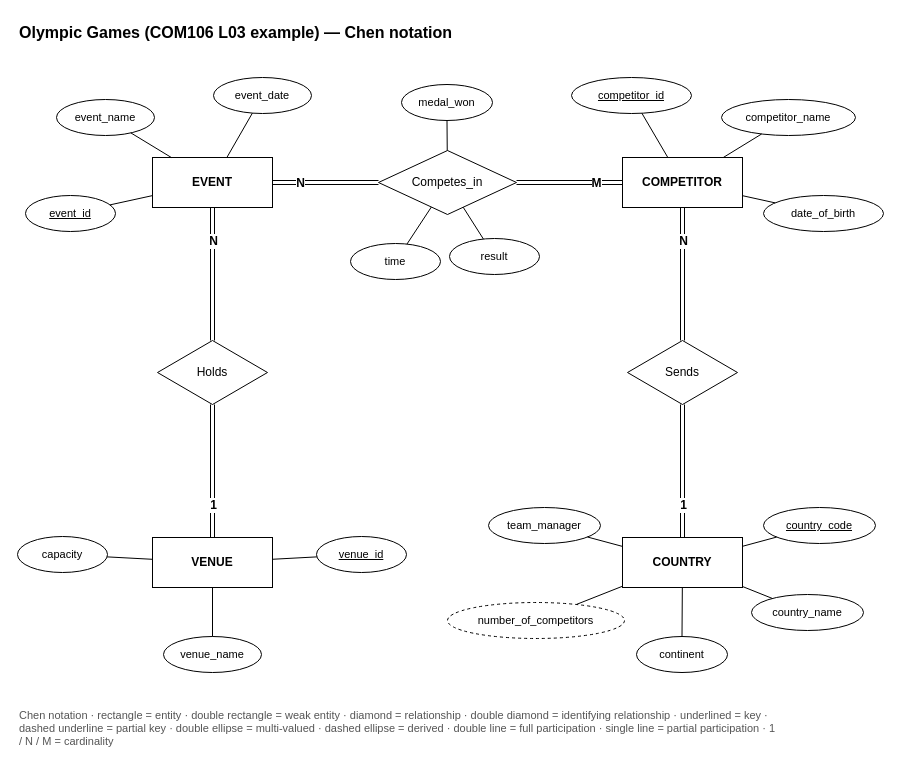
This is skills/drawio-skill/examples/erd-chen/olympics-chen.drawio from pearsekeenan23/drawio-skill, a draw.io file, before an edit. Source tidied: cells renumbered, new cells numbered last; positions are measured from the earlier drawing's top-left corner, leaving out a move shared by most shapes. Both pictures are drawn from the tidied source at 100%, with x=0, y=0 at pixel (17, 17).
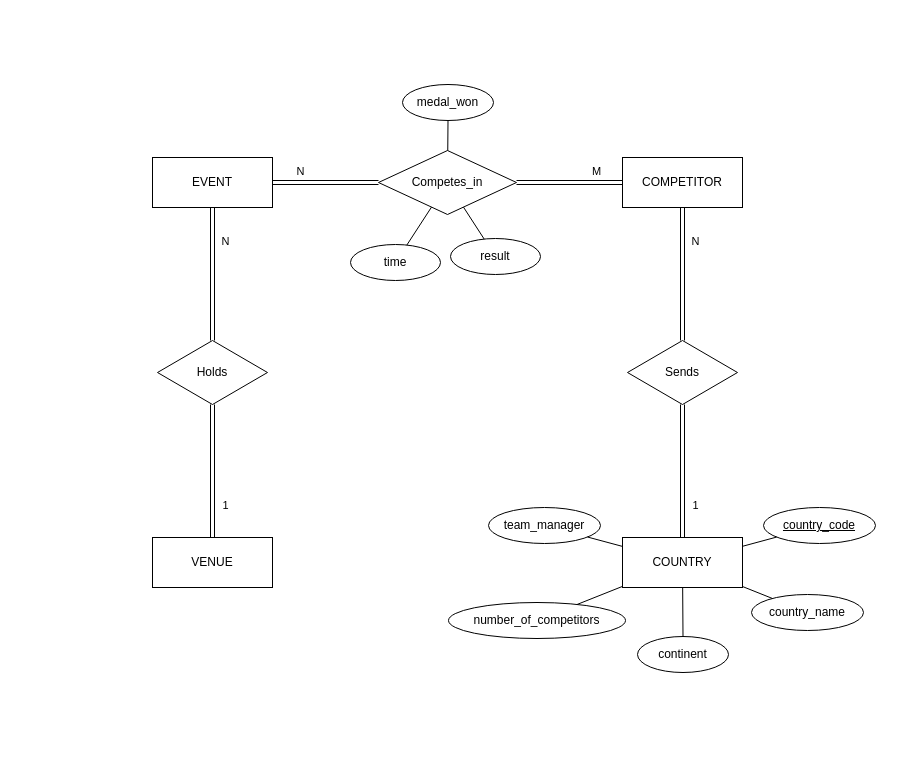
Above is the later version.

Unchanged cells that the change refers to:
```xml
<mxCell id="8" value="Competes_in" style="shape=rhombus;perimeter=rhombusPerimeter;whiteSpace=wrap;html=1;fillColor=#ffffff;strokeColor=#000000;" parent="1" vertex="1">
  <mxGeometry x="361" y="133" width="138" height="64" as="geometry" />
</mxCell>
<mxCell id="44" style="shape=link;html=1;rounded=0;strokeColor=#000000;" parent="1" edge="1" source="3" target="7">
  <mxGeometry relative="1" as="geometry" />
</mxCell>
<mxCell id="46" style="shape=link;html=1;rounded=0;strokeColor=#000000;" parent="1" edge="1" source="4" target="7">
  <mxGeometry relative="1" as="geometry" />
</mxCell>
<mxCell id="48" style="shape=link;html=1;rounded=0;strokeColor=#000000;" parent="1" edge="1" source="4" target="8">
  <mxGeometry relative="1" as="geometry" />
</mxCell>
<mxCell id="50" style="shape=link;html=1;rounded=0;strokeColor=#000000;" parent="1" edge="1" source="5" target="8">
  <mxGeometry relative="1" as="geometry" />
</mxCell>
<mxCell id="52" style="shape=link;html=1;rounded=0;strokeColor=#000000;" parent="1" edge="1" source="6" target="9">
  <mxGeometry relative="1" as="geometry" />
</mxCell>
<mxCell id="54" style="shape=link;html=1;rounded=0;strokeColor=#000000;" parent="1" edge="1" source="5" target="9">
  <mxGeometry relative="1" as="geometry" />
</mxCell>
```

Change to the diagram source:
```diff
@@
-    <mxCell id="2" value="Olympic Games (COM106 L03 example) — Chen notation" style="text;html=1;fontSize=16;fontStyle=1;align=left;verticalAlign=middle;" parent="1" vertex="1">
-      <mxGeometry width="700" height="30" as="geometry" />
-    </mxCell>
-    <mxCell id="3" value="COUNTRY" style="rounded=0;whiteSpace=wrap;html=1;fontStyle=1;fillColor=#ffffff;strokeColor=#000000;" parent="1" vertex="1">
+    <mxCell id="3" value="COUNTRY" style="rounded=0;whiteSpace=wrap;html=1;fillColor=#ffffff;strokeColor=#000000;" parent="1" vertex="1">
       <mxGeometry x="605" y="520" width="120" height="50" as="geometry" />
     </mxCell>
-    <mxCell id="4" value="COMPETITOR" style="rounded=0;whiteSpace=wrap;html=1;fontStyle=1;fillColor=#ffffff;strokeColor=#000000;" parent="1" vertex="1">
+    <mxCell id="4" value="COMPETITOR" style="rounded=0;whiteSpace=wrap;html=1;fillColor=#ffffff;strokeColor=#000000;" parent="1" vertex="1">
       <mxGeometry x="605" y="140" width="120" height="50" as="geometry" />
     </mxCell>
-    <mxCell id="5" value="EVENT" style="rounded=0;whiteSpace=wrap;html=1;fontStyle=1;fillColor=#ffffff;strokeColor=#000000;" parent="1" vertex="1">
+    <mxCell id="5" value="EVENT" style="rounded=0;whiteSpace=wrap;html=1;fillColor=#ffffff;strokeColor=#000000;" parent="1" vertex="1">
       <mxGeometry x="135" y="140" width="120" height="50" as="geometry" />
     </mxCell>
-    <mxCell id="6" value="VENUE" style="rounded=0;whiteSpace=wrap;html=1;fontStyle=1;fillColor=#ffffff;strokeColor=#000000;" parent="1" vertex="1">
+    <mxCell id="6" value="VENUE" style="rounded=0;whiteSpace=wrap;html=1;fillColor=#ffffff;strokeColor=#000000;" parent="1" vertex="1">
       <mxGeometry x="135" y="520" width="120" height="50" as="geometry" />
     </mxCell>
@@
-    <mxCell id="10" value="country_code" style="ellipse;whiteSpace=wrap;html=1;fillColor=#ffffff;strokeColor=#000000;fontSize=11;fontStyle=4;" parent="1" vertex="1">
+    <mxCell id="10" value="country_code" style="ellipse;whiteSpace=wrap;html=1;fillColor=#ffffff;strokeColor=#000000;fontStyle=4;" parent="1" vertex="1">
       <mxGeometry x="746" y="490" width="112" height="36" as="geometry" />
     </mxCell>
-    <mxCell id="11" value="country_name" style="ellipse;whiteSpace=wrap;html=1;fillColor=#ffffff;strokeColor=#000000;fontSize=11;" parent="1" vertex="1">
+    <mxCell id="11" value="country_name" style="ellipse;whiteSpace=wrap;html=1;fillColor=#ffffff;strokeColor=#000000;" parent="1" vertex="1">
       <mxGeometry x="734" y="577" width="112" height="36" as="geometry" />
     </mxCell>
-    <mxCell id="12" value="continent" style="ellipse;whiteSpace=wrap;html=1;fillColor=#ffffff;strokeColor=#000000;fontSize=11;" parent="1" vertex="1">
-      <mxGeometry x="619" y="619" width="91" height="36" as="geometry" />
+    <mxCell id="12" value="continent" style="ellipse;whiteSpace=wrap;html=1;fillColor=#ffffff;strokeColor=#000000;" parent="1" vertex="1">
+      <mxGeometry x="620" y="619" width="91" height="36" as="geometry" />
     </mxCell>
-    <mxCell id="13" value="number_of_competitors" style="ellipse;whiteSpace=wrap;html=1;fillColor=#ffffff;strokeColor=#000000;fontSize=11;dashed=1;" parent="1" vertex="1">
-      <mxGeometry x="430" y="585" width="177" height="36" as="geometry" />
+    <mxCell id="13" value="number_of_competitors" style="ellipse;whiteSpace=wrap;html=1;fillColor=#ffffff;strokeColor=#000000;" parent="1" vertex="1">
+      <mxGeometry x="431" y="585" width="177" height="36" as="geometry" />
     </mxCell>
-    <mxCell id="14" value="team_manager" style="ellipse;whiteSpace=wrap;html=1;fillColor=#ffffff;strokeColor=#000000;fontSize=11;" parent="1" vertex="1">
+    <mxCell id="14" value="team_manager" style="ellipse;whiteSpace=wrap;html=1;fillColor=#ffffff;strokeColor=#000000;" parent="1" vertex="1">
       <mxGeometry x="471" y="490" width="112" height="36" as="geometry" />
     </mxCell>
-    <mxCell id="15" value="competitor_id" style="ellipse;whiteSpace=wrap;html=1;fillColor=#ffffff;strokeColor=#000000;fontSize=11;fontStyle=4;" parent="1" vertex="1">
-      <mxGeometry x="554" y="60" width="120" height="36" as="geometry" />
+    <mxCell id="15" value="result" style="ellipse;whiteSpace=wrap;html=1;fillColor=#ffffff;strokeColor=#000000;" parent="1" vertex="1">
+      <mxGeometry x="433" y="221" width="90" height="36" as="geometry" />
     </mxCell>
-    <mxCell id="16" value="competitor_name" style="ellipse;whiteSpace=wrap;html=1;fillColor=#ffffff;strokeColor=#000000;fontSize=11;" parent="1" vertex="1">
-      <mxGeometry x="704" y="82" width="134" height="36" as="geometry" />
+    <mxCell id="16" value="time" style="ellipse;whiteSpace=wrap;html=1;fillColor=#ffffff;strokeColor=#000000;" parent="1" vertex="1">
+      <mxGeometry x="333" y="227" width="90" height="36" as="geometry" />
     </mxCell>
-    <mxCell id="17" value="date_of_birth" style="ellipse;whiteSpace=wrap;html=1;fillColor=#ffffff;strokeColor=#000000;fontSize=11;" parent="1" vertex="1">
-      <mxGeometry x="746" y="178" width="120" height="36" as="geometry" />
+    <mxCell id="17" value="medal_won" style="ellipse;whiteSpace=wrap;html=1;fillColor=#ffffff;strokeColor=#000000;" parent="1" vertex="1">
+      <mxGeometry x="385" y="67" width="91" height="36" as="geometry" />
     </mxCell>
-    <mxCell id="18" value="event_id" style="ellipse;whiteSpace=wrap;html=1;fillColor=#ffffff;strokeColor=#000000;fontSize=11;fontStyle=4;" parent="1" vertex="1">
-      <mxGeometry x="8" y="178" width="90" height="36" as="geometry" />
-    </mxCell>
-    <mxCell id="19" value="event_name" style="ellipse;whiteSpace=wrap;html=1;fillColor=#ffffff;strokeColor=#000000;fontSize=11;" parent="1" vertex="1">
-      <mxGeometry x="39" y="82" width="98" height="36" as="geometry" />
-    </mxCell>
-    <mxCell id="20" value="event_date" style="ellipse;whiteSpace=wrap;html=1;fillColor=#ffffff;strokeColor=#000000;fontSize=11;" parent="1" vertex="1">
-      <mxGeometry x="196" y="60" width="98" height="36" as="geometry" />
-    </mxCell>
-    <mxCell id="21" value="venue_id" style="ellipse;whiteSpace=wrap;html=1;fillColor=#ffffff;strokeColor=#000000;fontSize=11;fontStyle=4;" parent="1" vertex="1">
-      <mxGeometry x="299" y="519" width="90" height="36" as="geometry" />
-    </mxCell>
-    <mxCell id="22" value="venue_name" style="ellipse;whiteSpace=wrap;html=1;fillColor=#ffffff;strokeColor=#000000;fontSize=11;" parent="1" vertex="1">
-      <mxGeometry x="146" y="619" width="98" height="36" as="geometry" />
-    </mxCell>
-    <mxCell id="23" value="capacity" style="ellipse;whiteSpace=wrap;html=1;fillColor=#ffffff;strokeColor=#000000;fontSize=11;" parent="1" vertex="1">
-      <mxGeometry y="519" width="90" height="36" as="geometry" />
-    </mxCell>
-    <mxCell id="24" value="result" style="ellipse;whiteSpace=wrap;html=1;fillColor=#ffffff;strokeColor=#000000;fontSize=11;" parent="1" vertex="1">
-      <mxGeometry x="432" y="221" width="90" height="36" as="geometry" />
-    </mxCell>
-    <mxCell id="25" value="time" style="ellipse;whiteSpace=wrap;html=1;fillColor=#ffffff;strokeColor=#000000;fontSize=11;" parent="1" vertex="1">
-      <mxGeometry x="333" y="226" width="90" height="36" as="geometry" />
-    </mxCell>
-    <mxCell id="26" value="medal_won" style="ellipse;whiteSpace=wrap;html=1;fillColor=#ffffff;strokeColor=#000000;fontSize=11;" parent="1" vertex="1">
-      <mxGeometry x="384" y="67" width="91" height="36" as="geometry" />
-    </mxCell>
@@
-    <mxCell id="32" style="endArrow=none;html=1;rounded=0;strokeColor=#000000;" parent="1" edge="1" source="4" target="15">
-      <mxGeometry relative="1" as="geometry" />
-    </mxCell>
-    <mxCell id="33" style="endArrow=none;html=1;rounded=0;strokeColor=#000000;" parent="1" edge="1" source="4" target="16">
-      <mxGeometry relative="1" as="geometry" />
-    </mxCell>
-    <mxCell id="34" style="endArrow=none;html=1;rounded=0;strokeColor=#000000;" parent="1" edge="1" source="4" target="17">
-      <mxGeometry relative="1" as="geometry" />
-    </mxCell>
-    <mxCell id="35" style="endArrow=none;html=1;rounded=0;strokeColor=#000000;" parent="1" edge="1" source="5" target="18">
-      <mxGeometry relative="1" as="geometry" />
-    </mxCell>
-    <mxCell id="36" style="endArrow=none;html=1;rounded=0;strokeColor=#000000;" parent="1" edge="1" source="5" target="19">
-      <mxGeometry relative="1" as="geometry" />
-    </mxCell>
-    <mxCell id="37" style="endArrow=none;html=1;rounded=0;strokeColor=#000000;" parent="1" edge="1" source="5" target="20">
-      <mxGeometry relative="1" as="geometry" />
-    </mxCell>
-    <mxCell id="38" style="endArrow=none;html=1;rounded=0;strokeColor=#000000;" parent="1" edge="1" source="6" target="21">
-      <mxGeometry relative="1" as="geometry" />
-    </mxCell>
-    <mxCell id="39" style="endArrow=none;html=1;rounded=0;strokeColor=#000000;" parent="1" edge="1" source="6" target="22">
-      <mxGeometry relative="1" as="geometry" />
-    </mxCell>
-    <mxCell id="40" style="endArrow=none;html=1;rounded=0;strokeColor=#000000;" parent="1" edge="1" source="6" target="23">
-      <mxGeometry relative="1" as="geometry" />
-    </mxCell>
-    <mxCell id="41" style="endArrow=none;html=1;rounded=0;strokeColor=#000000;" parent="1" edge="1" source="8" target="24">
-      <mxGeometry relative="1" as="geometry" />
-    </mxCell>
-    <mxCell id="42" style="endArrow=none;html=1;rounded=0;strokeColor=#000000;" parent="1" edge="1" source="8" target="25">
-      <mxGeometry relative="1" as="geometry" />
-    </mxCell>
-    <mxCell id="43" style="endArrow=none;html=1;rounded=0;strokeColor=#000000;" parent="1" edge="1" source="8" target="26">
-      <mxGeometry relative="1" as="geometry" />
-    </mxCell>
+    <mxCell id="57" style="endArrow=none;html=1;rounded=0;strokeColor=#000000;" parent="1" edge="1" source="8" target="15">
+      <mxGeometry relative="1" as="geometry" />
+    </mxCell>
+    <mxCell id="58" style="endArrow=none;html=1;rounded=0;strokeColor=#000000;" parent="1" edge="1" source="8" target="16">
+      <mxGeometry relative="1" as="geometry" />
+    </mxCell>
+    <mxCell id="59" style="endArrow=none;html=1;rounded=0;strokeColor=#000000;" parent="1" edge="1" source="8" target="17">
+      <mxGeometry relative="1" as="geometry" />
+    </mxCell>
@@
-    <mxCell id="45" value="1" style="edgeLabel;html=1;align=center;verticalAlign=middle;fontStyle=1;fontSize=12;labelBackgroundColor=#ffffff;" parent="44" vertex="1">
-      <mxGeometry x="-0.5" relative="1" as="geometry" />
-    </mxCell>
+    <mxCell id="60" value="1" style="edgeLabel;html=1;align=center;verticalAlign=middle;labelBackgroundColor=none;" parent="44" vertex="1">
+      <mxGeometry x="-0.5" relative="1" as="geometry">
+        <mxPoint x="12" as="offset" />
+      </mxGeometry>
+    </mxCell>
@@
-    <mxCell id="47" value="N" style="edgeLabel;html=1;align=center;verticalAlign=middle;fontStyle=1;fontSize=12;labelBackgroundColor=#ffffff;" parent="46" vertex="1">
-      <mxGeometry x="-0.5" relative="1" as="geometry" />
-    </mxCell>
+    <mxCell id="61" value="N" style="edgeLabel;html=1;align=center;verticalAlign=middle;labelBackgroundColor=none;" parent="46" vertex="1">
+      <mxGeometry x="-0.5" relative="1" as="geometry">
+        <mxPoint x="12" as="offset" />
+      </mxGeometry>
+    </mxCell>
@@
-    <mxCell id="49" value="M" style="edgeLabel;html=1;align=center;verticalAlign=middle;fontStyle=1;fontSize=12;labelBackgroundColor=#ffffff;" parent="48" vertex="1">
-      <mxGeometry x="-0.5" relative="1" as="geometry" />
+    <mxCell id="49" value="M" style="edgeLabel;html=1;align=center;verticalAlign=middle;labelBackgroundColor=none;" parent="48" vertex="1">
+      <mxGeometry x="-0.5" relative="1" as="geometry">
+        <mxPoint y="-12" as="offset" />
+      </mxGeometry>
     </mxCell>
@@
-    <mxCell id="51" value="N" style="edgeLabel;html=1;align=center;verticalAlign=middle;fontStyle=1;fontSize=12;labelBackgroundColor=#ffffff;" parent="50" vertex="1">
-      <mxGeometry x="-0.5" relative="1" as="geometry" />
-    </mxCell>
+    <mxCell id="62" value="N" style="edgeLabel;html=1;align=center;verticalAlign=middle;labelBackgroundColor=none;" parent="50" vertex="1">
+      <mxGeometry x="-0.5" relative="1" as="geometry">
+        <mxPoint y="-12" as="offset" />
+      </mxGeometry>
+    </mxCell>
@@
-    <mxCell id="53" value="1" style="edgeLabel;html=1;align=center;verticalAlign=middle;fontStyle=1;fontSize=12;labelBackgroundColor=#ffffff;" parent="52" vertex="1">
-      <mxGeometry x="-0.5" relative="1" as="geometry" />
-    </mxCell>
+    <mxCell id="63" value="1" style="edgeLabel;html=1;align=center;verticalAlign=middle;labelBackgroundColor=none;" parent="52" vertex="1">
+      <mxGeometry x="-0.5" relative="1" as="geometry">
+        <mxPoint x="12" as="offset" />
+      </mxGeometry>
+    </mxCell>
@@
-    <mxCell id="55" value="N" style="edgeLabel;html=1;align=center;verticalAlign=middle;fontStyle=1;fontSize=12;labelBackgroundColor=#ffffff;" parent="54" vertex="1">
-      <mxGeometry x="-0.5" relative="1" as="geometry" />
-    </mxCell>
-    <mxCell id="56" value="Chen notation · rectangle = entity · double rectangle = weak entity · diamond = relationship · double diamond = identifying relationship · underlined = key · dashed underline = partial key · double ellipse = multi-valued · dashed ellipse = derived · double line = full participation · single line = partial participation · 1 / N / M = cardinality" style="text;html=1;fontSize=11;align=left;verticalAlign=top;fontColor=#555555;whiteSpace=wrap;" parent="1" vertex="1">
-      <mxGeometry y="685" width="760" height="50" as="geometry" />
-    </mxCell>
+    <mxCell id="64" value="N" style="edgeLabel;html=1;align=center;verticalAlign=middle;labelBackgroundColor=none;" parent="54" vertex="1">
+      <mxGeometry x="-0.5" relative="1" as="geometry">
+        <mxPoint x="12" as="offset" />
+      </mxGeometry>
+    </mxCell>
```
